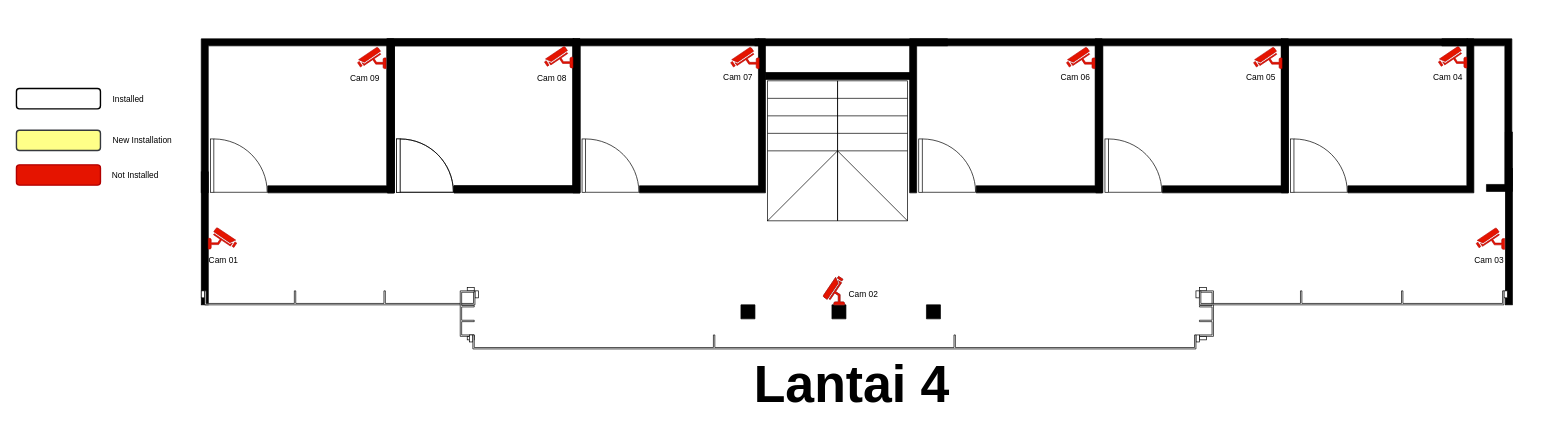
The draw.io diagram page "4nd - floor" (4 of 4) of Diagram Tanpa Judul.drawio in mohammadrifanmushlih17/My-Project-Draw, before the edit. Source tidied: cells renumbered, new cells numbered last; positions are measured from the earlier drawing's top-left corner, leaving out a move shared by most shapes. Both pictures are drawn from the tidied source at 70%, with x=0, y=0 at pixel (16, 38).
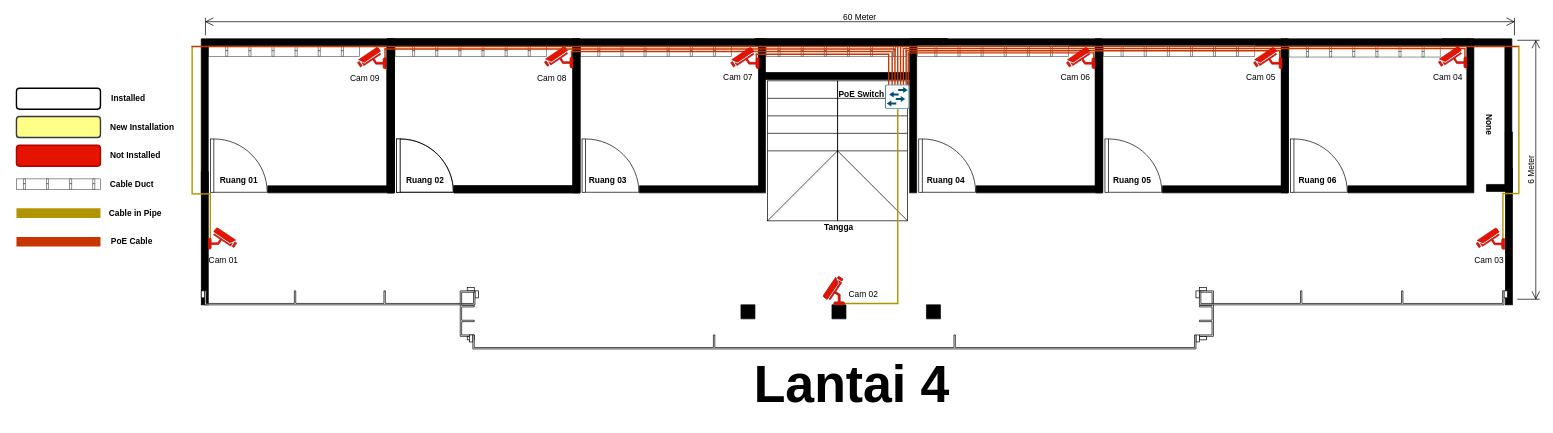
After the change.

Unchanged cells that the change refers to:
```xml
<mxCell id="40" style="group;" parent="1" vertex="1">
  <mxGeometry x="530" width="275" height="220" as="geometry" />
</mxCell>
```

The edit, as a diff of the source:
```diff
@@
+    <mxCell id="69" style="line;strokeWidth=2;direction=south;html=1;fillColor=#e3c800;fontColor=#000000;strokeColor=#B09500;" parent="1" vertex="1">
+      <mxGeometry x="2118.5" y="220" width="10" height="68" as="geometry" />
+    </mxCell>
+    <mxCell id="70" style="line;strokeWidth=2;direction=south;html=1;fillColor=#fa6800;fontColor=#000000;strokeColor=#C73500;" parent="1" vertex="1">
+      <mxGeometry x="1534" y="19" width="10" height="19" as="geometry" />
+    </mxCell>
+    <mxCell id="71" style="strokeColor=#666666;html=1;labelPosition=right;align=left;spacingLeft=15;shadow=0;dashed=0;shape=mxgraph.rackGeneral.horCableDuct;" parent="1" vertex="1">
+      <mxGeometry x="1071" y="10" width="200" height="15" as="geometry" />
+    </mxCell>
+    <mxCell id="72" style="strokeColor=#666666;html=1;labelPosition=right;align=left;spacingLeft=15;shadow=0;dashed=0;shape=mxgraph.rackGeneral.horCableDuct;" parent="1" vertex="1">
+      <mxGeometry x="274" y="10" width="216" height="15" as="geometry" />
+    </mxCell>
+    <mxCell id="73" style="strokeColor=#666666;html=1;labelPosition=right;align=left;spacingLeft=15;shadow=0;dashed=0;shape=mxgraph.rackGeneral.horCableDuct;" parent="1" vertex="1">
+      <mxGeometry x="541" y="10" width="216" height="15" as="geometry" />
+    </mxCell>
+    <mxCell id="74" style="strokeColor=#666666;html=1;labelPosition=right;align=left;spacingLeft=15;shadow=0;dashed=0;shape=mxgraph.rackGeneral.horCableDuct;" parent="1" vertex="1">
+      <mxGeometry x="805.5" y="10" width="216" height="15" as="geometry" />
+    </mxCell>
+    <mxCell id="75" style="line;strokeWidth=2;direction=south;html=1;fillColor=#fa6800;fontColor=#000000;strokeColor=#C73500;" parent="1" vertex="1">
+      <mxGeometry x="521.5" y="13.4" width="10" height="16" as="geometry" />
+    </mxCell>
+    <mxCell id="76" style="line;strokeWidth=2;direction=south;html=1;fillColor=#fa6800;fontColor=#000000;strokeColor=#C73500;" parent="1" vertex="1">
+      <mxGeometry x="788" y="17.5" width="10" height="12.5" as="geometry" />
+    </mxCell>
+    <mxCell id="77" style="line;strokeWidth=2;direction=south;html=1;fillColor=#fa6800;fontColor=#000000;strokeColor=#C73500;" parent="1" vertex="1">
+      <mxGeometry x="1052" y="21" width="10" height="19" as="geometry" />
+    </mxCell>
+    <mxCell id="78" style="line;strokeWidth=2;direction=south;html=1;fillColor=#e3c800;fontColor=#000000;strokeColor=#B09500;" parent="1" vertex="1">
+      <mxGeometry x="272" y="220.9" width="10" height="69.1" as="geometry" />
+    </mxCell>
@@
+    <mxCell id="45" value="Cam 08" style="text;html=1;align=center;verticalAlign=middle;whiteSpace=wrap;rounded=0;" parent="40" vertex="1">
+      <mxGeometry x="205" y="41.5" width="60" height="30" as="geometry" />
+    </mxCell>
@@
-    <mxCell id="45" value="Cam 08" style="text;html=1;align=center;verticalAlign=middle;whiteSpace=wrap;rounded=0;" parent="40" vertex="1">
-      <mxGeometry x="205" y="41.5" width="60" height="30" as="geometry" />
-    </mxCell>
-    <mxCell id="46" style="fontColor=#ffffff;verticalAlign=top;verticalLabelPosition=bottom;labelPosition=center;align=center;html=1;fillColor=#e51400;strokeColor=#B20000;gradientDirection=north;strokeWidth=2;shape=mxgraph.networks.security_camera;direction=east;flipH=1;" parent="1" vertex="1">
-      <mxGeometry x="1020.3" y="12" width="40.7" height="30.5" as="geometry" />
-    </mxCell>
-    <mxCell id="47" style="fontColor=#ffffff;verticalAlign=top;verticalLabelPosition=bottom;labelPosition=center;align=center;html=1;fillColor=#e51400;strokeColor=#B20000;gradientDirection=north;strokeWidth=2;shape=mxgraph.networks.security_camera;direction=east;flipH=1;" parent="1" vertex="1">
-      <mxGeometry x="1500" y="12" width="40.7" height="30.5" as="geometry" />
-    </mxCell>
-    <mxCell id="48" style="fontColor=#ffffff;verticalAlign=top;verticalLabelPosition=bottom;labelPosition=center;align=center;html=1;fillColor=#e51400;strokeColor=#B20000;gradientDirection=north;strokeWidth=2;shape=mxgraph.networks.security_camera;direction=east;flipH=1;" parent="1" vertex="1">
-      <mxGeometry x="1767.3" y="12" width="40.7" height="30.5" as="geometry" />
-    </mxCell>
-    <mxCell id="49" style="fontColor=#ffffff;verticalAlign=top;verticalLabelPosition=bottom;labelPosition=center;align=center;html=1;fillColor=#e51400;strokeColor=#B20000;gradientDirection=north;strokeWidth=2;shape=mxgraph.networks.security_camera;direction=east;flipH=1;" parent="1" vertex="1">
-      <mxGeometry x="2031.3" y="11" width="40.7" height="30.5" as="geometry" />
-    </mxCell>
-    <mxCell id="50" style="fontColor=#ffffff;verticalAlign=top;verticalLabelPosition=bottom;labelPosition=center;align=center;html=1;fillColor=#e51400;strokeColor=#B20000;gradientDirection=north;strokeWidth=2;shape=mxgraph.networks.security_camera;direction=east;flipH=1;" parent="1" vertex="1">
-      <mxGeometry x="2085.3" y="270.2" width="40.7" height="30.5" as="geometry" />
-    </mxCell>
@@
-    <mxCell id="54" style="fontColor=#ffffff;verticalAlign=top;verticalLabelPosition=bottom;labelPosition=center;align=center;html=1;fillColor=#e51400;strokeColor=#B20000;gradientDirection=north;strokeWidth=2;shape=mxgraph.networks.security_camera;direction=south;flipH=1;flipV=1;" parent="1" vertex="1">
-      <mxGeometry x="1152.5" y="339.3" width="30.5" height="40.7" as="geometry" />
-    </mxCell>
@@
     <mxCell id="63" style="rounded=1;whiteSpace=wrap;html=1;strokeWidth=2;" parent="1" vertex="1">
-      <mxGeometry y="71" width="120" height="29" as="geometry" />
+      <mxGeometry y="70.5" width="120" height="30" as="geometry" />
     </mxCell>
     <mxCell id="64" style="rounded=1;whiteSpace=wrap;html=1;fillColor=#ffff88;strokeColor=#36393d;strokeWidth=2;" parent="1" vertex="1">
-      <mxGeometry y="130.5" width="120" height="29" as="geometry" />
+      <mxGeometry y="111" width="120" height="30" as="geometry" />
     </mxCell>
     <mxCell id="65" style="rounded=1;whiteSpace=wrap;html=1;fillColor=#e51400;strokeColor=#B20000;strokeWidth=2;fontColor=#ffffff;" parent="1" vertex="1">
-      <mxGeometry y="180" width="120" height="29" as="geometry" />
+      <mxGeometry y="152" width="120" height="30" as="geometry" />
     </mxCell>
-    <mxCell id="66" value="Installed" style="text;html=1;align=center;verticalAlign=middle;whiteSpace=wrap;rounded=0;" parent="1" vertex="1">
+    <mxCell id="66" value="Installed" style="text;html=1;align=center;verticalAlign=middle;whiteSpace=wrap;rounded=0;fontStyle=1;" parent="1" vertex="1">
       <mxGeometry x="130" y="70.5" width="60" height="30" as="geometry" />
     </mxCell>
-    <mxCell id="67" value="Not Installed" style="text;html=1;align=center;verticalAlign=middle;whiteSpace=wrap;rounded=0;" parent="1" vertex="1">
-      <mxGeometry x="130" y="180" width="80" height="30" as="geometry" />
+    <mxCell id="67" value="Not Installed" style="text;html=1;align=center;verticalAlign=middle;whiteSpace=wrap;rounded=0;fontStyle=1;" parent="1" vertex="1">
+      <mxGeometry x="130" y="152" width="80" height="30" as="geometry" />
     </mxCell>
-    <mxCell id="68" value="New Installation" style="text;html=1;align=center;verticalAlign=middle;whiteSpace=wrap;rounded=0;" parent="1" vertex="1">
-      <mxGeometry x="130" y="130" width="100" height="30" as="geometry" />
+    <mxCell id="68" value="New Installation" style="text;html=1;align=center;verticalAlign=middle;whiteSpace=wrap;rounded=0;fontStyle=1;" parent="1" vertex="1">
+      <mxGeometry x="130" y="111" width="100" height="30" as="geometry" />
     </mxCell>
+    <mxCell id="79" style="line;strokeWidth=2;direction=south;html=1;fillColor=#e3c800;fontColor=#000000;strokeColor=#B09500;" parent="1" vertex="1">
+      <mxGeometry x="246" y="10.6" width="10" height="210.2" as="geometry" />
+    </mxCell>
+    <mxCell id="80" style="line;strokeWidth=2;html=1;fillColor=#e3c800;fontColor=#000000;strokeColor=#B09500;" parent="1" vertex="1">
+      <mxGeometry x="250" y="216.5" width="28.1" height="10" as="geometry" />
+    </mxCell>
+    <mxCell id="81" style="line;strokeWidth=2;direction=south;html=1;fillColor=#fa6800;fontColor=#000000;strokeColor=#C73500;" parent="1" vertex="1">
+      <mxGeometry x="1800" y="16" width="10" height="19" as="geometry" />
+    </mxCell>
+    <mxCell id="82" style="verticalLabelPosition=bottom;html=1;verticalAlign=top;align=center;shape=mxgraph.floorplan.wall;fillColor=strokeColor;direction=west;" parent="1" vertex="1">
+      <mxGeometry x="1055" width="275" height="10" as="geometry" />
+    </mxCell>
+    <mxCell id="83" style="strokeColor=#666666;html=1;labelPosition=right;align=left;spacingLeft=15;shadow=0;dashed=0;shape=mxgraph.rackGeneral.horCableDuct;" parent="1" vertex="1">
+      <mxGeometry x="1287" y="10" width="216" height="15" as="geometry" />
+    </mxCell>
+    <mxCell id="84" style="strokeColor=#666666;html=1;labelPosition=right;align=left;spacingLeft=15;shadow=0;dashed=0;shape=mxgraph.rackGeneral.horCableDuct;" parent="1" vertex="1">
+      <mxGeometry x="1553" y="10" width="216" height="15" as="geometry" />
+    </mxCell>
+    <mxCell id="85" style="strokeColor=#666666;html=1;labelPosition=right;align=left;spacingLeft=15;shadow=0;dashed=0;shape=mxgraph.rackGeneral.horCableDuct;" parent="1" vertex="1">
+      <mxGeometry x="1818" y="11" width="216" height="15" as="geometry" />
+    </mxCell>
+    <mxCell id="86" style="line;strokeWidth=1.9685;html=1;fillColor=#fa6800;fontColor=#000000;strokeColor=#C73500;" parent="1" vertex="1">
+      <mxGeometry x="1262" y="6" width="885" height="10" as="geometry" />
+    </mxCell>
+    <mxCell id="87" style="line;strokeWidth=1.9685;html=1;fillColor=#fa6800;fontColor=#000000;strokeColor=#C73500;" parent="1" vertex="1">
+      <mxGeometry x="1266" y="9" width="803.3" height="10" as="geometry" />
+    </mxCell>
+    <mxCell id="88" style="line;strokeWidth=1.9685;html=1;fillColor=#fa6800;fontColor=#000000;strokeColor=#C73500;" parent="1" vertex="1">
+      <mxGeometry x="1270" y="12" width="535" height="10" as="geometry" />
+    </mxCell>
+    <mxCell id="89" style="line;strokeWidth=1.9685;html=1;fillColor=#fa6800;fontColor=#000000;strokeColor=#C73500;" parent="1" vertex="1">
+      <mxGeometry x="1273" y="15" width="266.1" height="10" as="geometry" />
+    </mxCell>
+    <mxCell id="90" style="line;strokeWidth=2;direction=south;html=1;fillColor=#fa6800;fontColor=#000000;strokeColor=#C73500;" parent="1" vertex="1">
+      <mxGeometry x="2064.3" y="13" width="10" height="19" as="geometry" />
+    </mxCell>
+    <mxCell id="91" style="line;strokeWidth=2;html=1;fillColor=#fa6800;fontColor=#000000;strokeColor=#C73500;" parent="1" vertex="1">
+      <mxGeometry x="792" y="13" width="458" height="10" as="geometry" />
+    </mxCell>
+    <mxCell id="92" style="line;strokeWidth=2;html=1;fillColor=#fa6800;fontColor=#000000;strokeColor=#C73500;" parent="1" vertex="1">
+      <mxGeometry x="1056" y="17" width="190" height="10" as="geometry" />
+    </mxCell>
+    <mxCell id="93" value="60 Meter" style="shape=dimension;direction=west;whiteSpace=wrap;html=1;align=center;verticalAlign=top;spacingTop=-15;labelBackgroundColor=none;" parent="1" vertex="1">
+      <mxGeometry x="270" y="-30" width="1870" height="25" as="geometry" />
+    </mxCell>
+    <mxCell id="94" style="line;strokeWidth=2;direction=south;html=1;fillColor=#fa6800;fontColor=#000000;strokeColor=#C73500;" parent="1" vertex="1">
+      <mxGeometry x="1254" y="11" width="10" height="59" as="geometry" />
+    </mxCell>
+    <mxCell id="95" style="line;strokeWidth=2;direction=south;html=1;fillColor=#fa6800;fontColor=#000000;strokeColor=#C73500;" parent="1" vertex="1">
+      <mxGeometry x="1250" y="14" width="10" height="59" as="geometry" />
+    </mxCell>
+    <mxCell id="96" style="line;strokeWidth=2;direction=south;html=1;fillColor=#fa6800;fontColor=#000000;strokeColor=#C73500;" parent="1" vertex="1">
+      <mxGeometry x="1246" y="17" width="10" height="59" as="geometry" />
+    </mxCell>
+    <mxCell id="97" style="line;strokeWidth=2;direction=south;html=1;fillColor=#fa6800;fontColor=#000000;strokeColor=#C73500;" parent="1" vertex="1">
+      <mxGeometry x="1241" y="21" width="10" height="49" as="geometry" />
+    </mxCell>
+    <mxCell id="98" style="line;strokeWidth=2;direction=south;html=1;fillColor=#fa6800;fontColor=#000000;strokeColor=#C73500;" parent="1" vertex="1">
+      <mxGeometry x="1258" y="10" width="10" height="59" as="geometry" />
+    </mxCell>
+    <mxCell id="99" style="line;strokeWidth=2;direction=south;html=1;fillColor=#fa6800;fontColor=#000000;strokeColor=#C73500;" parent="1" vertex="1">
+      <mxGeometry x="1262" y="15" width="10" height="59" as="geometry" />
+    </mxCell>
+    <mxCell id="100" style="line;strokeWidth=2;direction=south;html=1;fillColor=#fa6800;fontColor=#000000;strokeColor=#C73500;" parent="1" vertex="1">
+      <mxGeometry x="1266" y="16" width="10" height="59" as="geometry" />
+    </mxCell>
+    <mxCell id="101" style="line;strokeWidth=2;direction=south;html=1;fillColor=#fa6800;fontColor=#000000;strokeColor=#C73500;" parent="1" vertex="1">
+      <mxGeometry x="1269" y="20" width="10" height="49" as="geometry" />
+    </mxCell>
+    <mxCell id="47" style="fontColor=#ffffff;verticalAlign=top;verticalLabelPosition=bottom;labelPosition=center;align=center;html=1;fillColor=#e51400;strokeColor=#B20000;gradientDirection=north;strokeWidth=2;shape=mxgraph.networks.security_camera;direction=east;flipH=1;" parent="1" vertex="1">
+      <mxGeometry x="1500" y="12" width="40.7" height="30.5" as="geometry" />
+    </mxCell>
+    <mxCell id="102" style="line;strokeWidth=1.9685;html=1;fillColor=#fa6800;fontColor=#000000;strokeColor=#C73500;" parent="1" vertex="1">
+      <mxGeometry x="250" y="6" width="1010" height="10" as="geometry" />
+    </mxCell>
+    <mxCell id="103" style="line;strokeWidth=2;html=1;fillColor=#fa6800;fontColor=#000000;strokeColor=#C73500;" parent="1" vertex="1">
+      <mxGeometry x="526" y="9.5" width="729.9" height="10" as="geometry" />
+    </mxCell>
+    <mxCell id="46" style="fontColor=#ffffff;verticalAlign=top;verticalLabelPosition=bottom;labelPosition=center;align=center;html=1;fillColor=#e51400;strokeColor=#B20000;gradientDirection=north;strokeWidth=2;shape=mxgraph.networks.security_camera;direction=east;flipH=1;" parent="1" vertex="1">
+      <mxGeometry x="1020.3" y="12" width="40.7" height="30.5" as="geometry" />
+    </mxCell>
+    <mxCell id="104" style="line;strokeWidth=2;direction=south;html=1;fillColor=#fa6800;fontColor=#000000;strokeColor=#C73500;" parent="1" vertex="1">
+      <mxGeometry x="1800" y="16" width="10" height="19" as="geometry" />
+    </mxCell>
+    <mxCell id="48" style="fontColor=#ffffff;verticalAlign=top;verticalLabelPosition=bottom;labelPosition=center;align=center;html=1;fillColor=#e51400;strokeColor=#B20000;gradientDirection=north;strokeWidth=2;shape=mxgraph.networks.security_camera;direction=east;flipH=1;" parent="1" vertex="1">
+      <mxGeometry x="1767.3" y="12" width="40.7" height="30.5" as="geometry" />
+    </mxCell>
+    <mxCell id="49" style="fontColor=#ffffff;verticalAlign=top;verticalLabelPosition=bottom;labelPosition=center;align=center;html=1;fillColor=#e51400;strokeColor=#B20000;gradientDirection=north;strokeWidth=2;shape=mxgraph.networks.security_camera;direction=east;flipH=1;" parent="1" vertex="1">
+      <mxGeometry x="2031.3" y="11" width="40.7" height="30.5" as="geometry" />
+    </mxCell>
+    <mxCell id="105" style="line;strokeWidth=2;direction=south;html=1;fillColor=#e3c800;fontColor=#000000;strokeColor=#B09500;" parent="1" vertex="1">
+      <mxGeometry x="2141.3" y="10" width="10" height="210.2" as="geometry" />
+    </mxCell>
+    <mxCell id="106" style="line;strokeWidth=2;html=1;fillColor=#e3c800;fontColor=#000000;strokeColor=#B09500;" parent="1" vertex="1">
+      <mxGeometry x="2123.5" y="216" width="23.7" height="10" as="geometry" />
+    </mxCell>
+    <mxCell id="50" style="fontColor=#ffffff;verticalAlign=top;verticalLabelPosition=bottom;labelPosition=center;align=center;html=1;fillColor=#e51400;strokeColor=#B20000;gradientDirection=north;strokeWidth=2;shape=mxgraph.networks.security_camera;direction=east;flipH=1;" parent="1" vertex="1">
+      <mxGeometry x="2085.3" y="270.2" width="40.7" height="30.5" as="geometry" />
+    </mxCell>
+    <mxCell id="107" value="6 Meter" style="shape=dimension;direction=north;whiteSpace=wrap;html=1;align=center;verticalAlign=bottom;labelBackgroundColor=none;horizontal=0;spacingBottom=3;" parent="1" vertex="1">
+      <mxGeometry x="2144" y="2" width="32" height="370" as="geometry" />
+    </mxCell>
+    <mxCell id="108" style="line;strokeWidth=1.9685;html=1;fillColor=#e3c800;fontColor=#000000;strokeColor=#B09500;" parent="1" vertex="1">
+      <mxGeometry x="1170" y="373" width="90" height="10" as="geometry" />
+    </mxCell>
+    <mxCell id="109" style="line;strokeWidth=2;direction=south;html=1;fillColor=#e3c800;fontColor=#000000;strokeColor=#B09500;" parent="1" vertex="1">
+      <mxGeometry x="1254" y="99" width="10" height="279" as="geometry" />
+    </mxCell>
+    <mxCell id="54" style="fontColor=#ffffff;verticalAlign=top;verticalLabelPosition=bottom;labelPosition=center;align=center;html=1;fillColor=#e51400;strokeColor=#B20000;gradientDirection=north;strokeWidth=2;shape=mxgraph.networks.security_camera;direction=south;flipH=1;flipV=1;" parent="1" vertex="1">
+      <mxGeometry x="1152.5" y="339.3" width="30.5" height="40.7" as="geometry" />
+    </mxCell>
+    <mxCell id="110" style="sketch=0;verticalLabelPosition=bottom;html=1;verticalAlign=top;align=center;shape=mxgraph.cisco19.rect;prIcon=workgroup_switch;fillColor=#FAFAFA;strokeColor=#005073;" parent="1" vertex="1">
+      <mxGeometry x="1241" y="65.5" width="34.5" height="34.5" as="geometry" />
+    </mxCell>
+    <mxCell id="111" style="strokeColor=#666666;html=1;labelPosition=right;align=left;spacingLeft=15;shadow=0;dashed=0;shape=mxgraph.rackGeneral.horCableDuct;" parent="1" vertex="1">
+      <mxGeometry y="200" width="120" height="15" as="geometry" />
+    </mxCell>
+    <mxCell id="112" style="line;strokeWidth=13.779499999999999;html=1;fillColor=#e3c800;fontColor=#000000;strokeColor=#B09500;" parent="1" vertex="1">
+      <mxGeometry y="244" width="120" height="10" as="geometry" />
+    </mxCell>
+    <mxCell id="113" style="line;strokeWidth=13.779499999999999;html=1;fillColor=#fa6800;fontColor=#000000;strokeColor=#C73500;" parent="1" vertex="1">
+      <mxGeometry y="284.8" width="120" height="10" as="geometry" />
+    </mxCell>
+    <mxCell id="114" value="Cable Duct" style="text;html=1;align=center;verticalAlign=middle;whiteSpace=wrap;rounded=0;fontStyle=1;" parent="1" vertex="1">
+      <mxGeometry x="130" y="192.5" width="70" height="30" as="geometry" />
+    </mxCell>
+    <mxCell id="115" value="Cable in Pipe" style="text;html=1;align=center;verticalAlign=middle;whiteSpace=wrap;rounded=0;fontStyle=1;" parent="1" vertex="1">
+      <mxGeometry x="130" y="234" width="80" height="30" as="geometry" />
+    </mxCell>
+    <mxCell id="116" value="PoE Cable" style="text;html=1;align=center;verticalAlign=middle;whiteSpace=wrap;rounded=0;fontStyle=1;" parent="1" vertex="1">
+      <mxGeometry x="130" y="274.8" width="70" height="30" as="geometry" />
+    </mxCell>
+    <mxCell id="117" value="PoE Switch" style="text;html=1;align=center;verticalAlign=middle;whiteSpace=wrap;rounded=0;fontStyle=1;" parent="1" vertex="1">
+      <mxGeometry x="1162" y="64" width="91" height="30" as="geometry" />
+    </mxCell>
+    <mxCell id="118" value="Ruang 02" style="text;html=1;align=center;verticalAlign=middle;whiteSpace=wrap;rounded=0;fontStyle=1;" parent="1" vertex="1">
+      <mxGeometry x="554" y="187.2" width="60" height="30" as="geometry" />
+    </mxCell>
+    <mxCell id="119" value="Ruang 03" style="text;html=1;align=center;verticalAlign=middle;whiteSpace=wrap;rounded=0;fontStyle=1;" parent="1" vertex="1">
+      <mxGeometry x="815" y="187.2" width="60" height="30" as="geometry" />
+    </mxCell>
+    <mxCell id="120" value="Ruang 01" style="text;html=1;align=center;verticalAlign=middle;whiteSpace=wrap;rounded=0;fontStyle=1;" parent="1" vertex="1">
+      <mxGeometry x="287.5" y="186.5" width="60" height="30" as="geometry" />
+    </mxCell>
+    <mxCell id="121" value="Ruang 06" style="text;html=1;align=center;verticalAlign=middle;whiteSpace=wrap;rounded=0;fontStyle=1;" parent="1" vertex="1">
+      <mxGeometry x="1828.5" y="188.2" width="60" height="30" as="geometry" />
+    </mxCell>
+    <mxCell id="122" value="Ruang 04" style="text;html=1;align=center;verticalAlign=middle;whiteSpace=wrap;rounded=0;fontStyle=1;" parent="1" vertex="1">
+      <mxGeometry x="1298" y="188" width="60" height="30" as="geometry" />
+    </mxCell>
+    <mxCell id="123" value="Tangga" style="text;html=1;align=center;verticalAlign=middle;whiteSpace=wrap;rounded=0;fontStyle=1;" parent="1" vertex="1">
+      <mxGeometry x="1145" y="253.5" width="60" height="30" as="geometry" />
+    </mxCell>
+    <mxCell id="124" value="Ruang 05" style="text;html=1;align=center;verticalAlign=middle;whiteSpace=wrap;rounded=0;fontStyle=1;" parent="1" vertex="1">
+      <mxGeometry x="1564" y="187" width="60" height="30" as="geometry" />
+    </mxCell>
+    <mxCell id="125" value="None" style="text;html=1;align=center;verticalAlign=middle;whiteSpace=wrap;rounded=0;fontStyle=1;rotation=90;" parent="1" vertex="1">
+      <mxGeometry x="2074.3" y="108" width="60" height="30" as="geometry" />
+    </mxCell>
```
